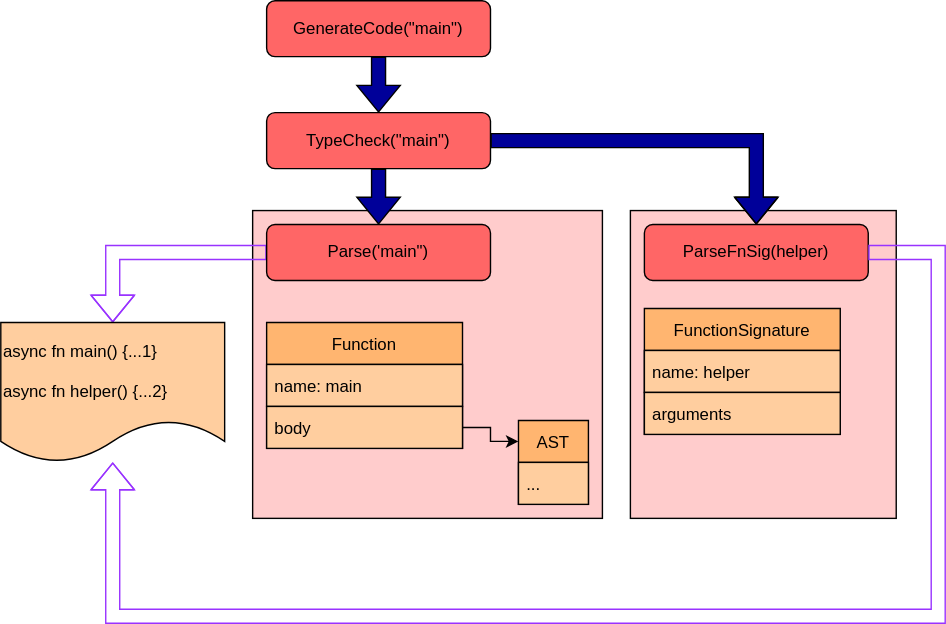
This is content/images/Salsa-2.drawio.svg from nikomatsakis/plmw-2022, a draw.io export, as it was before one commit. Source tidied: cells renumbered, new cells last; positions are measured from the earlier drawing's top-left corner, leaving out a move shared by most shapes.
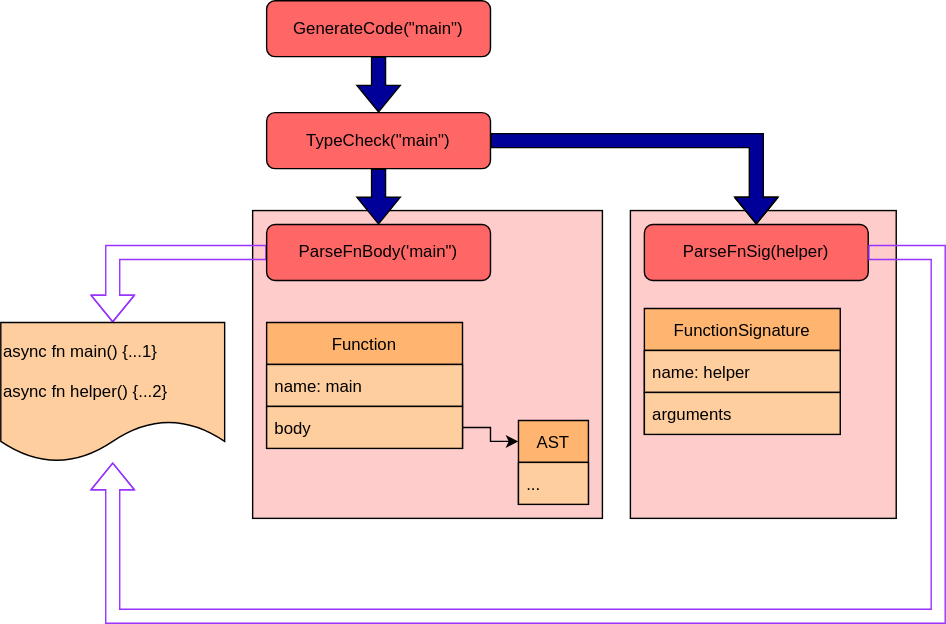
After the commit.

Commit message:
distinguish parsing fn body from sig

The edit, as a diff of the source:
```diff
@@ -17,7 +17,7 @@
     <mxCell id="6" style="edgeStyle=orthogonalEdgeStyle;rounded=0;jettySize=auto;html=1;strokeColor=#9933FF;shape=flexArrow;" parent="1" edge="1" source="7" target="21">
       <mxGeometry relative="1" as="geometry" />
     </mxCell>
-    <mxCell id="7" value="Parse('main&quot;)" style="rounded=1;whiteSpace=wrap;html=1;align=center;fillColor=#FF6666;" parent="1" vertex="1">
+    <mxCell id="7" value="ParseFnBody('main&quot;)" style="rounded=1;whiteSpace=wrap;html=1;align=center;fillColor=#FF6666;" parent="1" vertex="1">
       <mxGeometry x="190" y="160" width="160" height="40" as="geometry" />
     </mxCell>
     <mxCell id="8" value="ParseFnSig(helper)" style="rounded=1;whiteSpace=wrap;html=1;align=center;fillColor=#FF6666;" parent="1" vertex="1">
```
